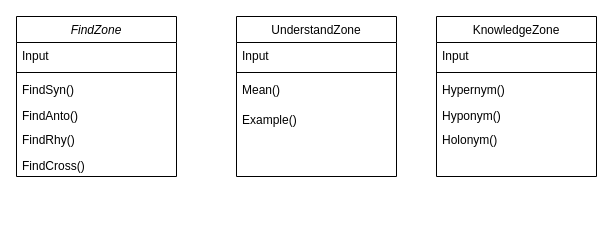
This is Flowcharts/ClassDiagram.drawio from ritveak/Wordzone, a draw.io file, before an edit. Source tidied: cells renumbered, new cells numbered last; positions are measured from the earlier drawing's top-left corner, leaving out a move shared by most shapes. Both pictures are drawn from the tidied source at 100%, with x=0, y=0 at pixel (16, 16).
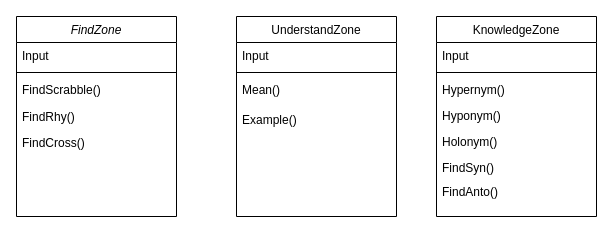
After the change.

What changed in the source:
```diff
@@
     <mxCell id="2" value="FindZone" style="swimlane;fontStyle=2;align=center;verticalAlign=top;horizontal=1;startSize=26;rounded=0;shadow=0;strokeWidth=1;" parent="1" vertex="1">
-      <mxGeometry width="160" height="160" as="geometry" />
+      <mxGeometry width="160" height="200" as="geometry" />
     </mxCell>
@@
-    <mxCell id="5" value="FindSyn()" style="text;align=left;verticalAlign=top;spacingLeft=4;spacingRight=4;overflow=hidden;" parent="2" vertex="1">
-      <mxGeometry y="60" width="160" height="26" as="geometry" />
-    </mxCell>
-    <mxCell id="6" value="FindAnto()" style="text;align=left;verticalAlign=top;spacingLeft=4;spacingRight=4;overflow=hidden;" parent="2" vertex="1">
-      <mxGeometry y="86" width="160" height="26" as="geometry" />
-    </mxCell>
     <mxCell id="7" value="UnderstandZone" style="swimlane;fontStyle=0;align=center;verticalAlign=top;horizontal=1;startSize=26;rounded=0;shadow=0;strokeWidth=1;" parent="1" vertex="1">
-      <mxGeometry x="220" width="160" height="160" as="geometry" />
+      <mxGeometry x="220" width="160" height="200" as="geometry" />
     </mxCell>
@@
     <mxCell id="12" value="FindRhy()" style="text;align=left;verticalAlign=top;spacingLeft=4;spacingRight=4;overflow=hidden;" parent="1" vertex="1">
-      <mxGeometry y="110" width="160" height="26" as="geometry" />
+      <mxGeometry y="87" width="160" height="26" as="geometry" />
     </mxCell>
     <mxCell id="13" value="FindCross()" style="text;align=left;verticalAlign=top;spacingLeft=4;spacingRight=4;overflow=hidden;" parent="1" vertex="1">
-      <mxGeometry y="136" width="160" height="26" as="geometry" />
+      <mxGeometry y="113" width="160" height="26" as="geometry" />
     </mxCell>
     <mxCell id="14" value="KnowledgeZone" style="swimlane;fontStyle=0;align=center;verticalAlign=top;horizontal=1;startSize=26;rounded=0;shadow=0;strokeWidth=1;" parent="1" vertex="1">
-      <mxGeometry x="420" width="160" height="160" as="geometry" />
+      <mxGeometry x="420" width="160" height="200" as="geometry" />
     </mxCell>
@@
-    <mxCell id="19" value="Holonym()" style="text;align=left;verticalAlign=top;spacingLeft=4;spacingRight=4;overflow=hidden;" parent="1" vertex="1">
-      <mxGeometry x="420" y="110" width="160" height="26" as="geometry" />
+    <mxCell id="19" value="Holonym()" style="text;align=left;verticalAlign=top;spacingLeft=4;spacingRight=4;overflow=hidden;" parent="14" vertex="1">
+      <mxGeometry y="112" width="160" height="26" as="geometry" />
     </mxCell>
+    <mxCell id="5" value="FindSyn()" style="text;align=left;verticalAlign=top;spacingLeft=4;spacingRight=4;overflow=hidden;" parent="14" vertex="1">
+      <mxGeometry y="138" width="160" height="26" as="geometry" />
+    </mxCell>
+    <mxCell id="6" value="FindAnto()" style="text;align=left;verticalAlign=top;spacingLeft=4;spacingRight=4;overflow=hidden;" parent="1" vertex="1">
+      <mxGeometry x="420" y="162" width="160" height="26" as="geometry" />
+    </mxCell>
+    <mxCell id="20" value="FindScrabble()" style="text;align=left;verticalAlign=top;spacingLeft=4;spacingRight=4;overflow=hidden;" parent="1" vertex="1">
+      <mxGeometry y="60" width="160" height="26" as="geometry" />
+    </mxCell>
```
